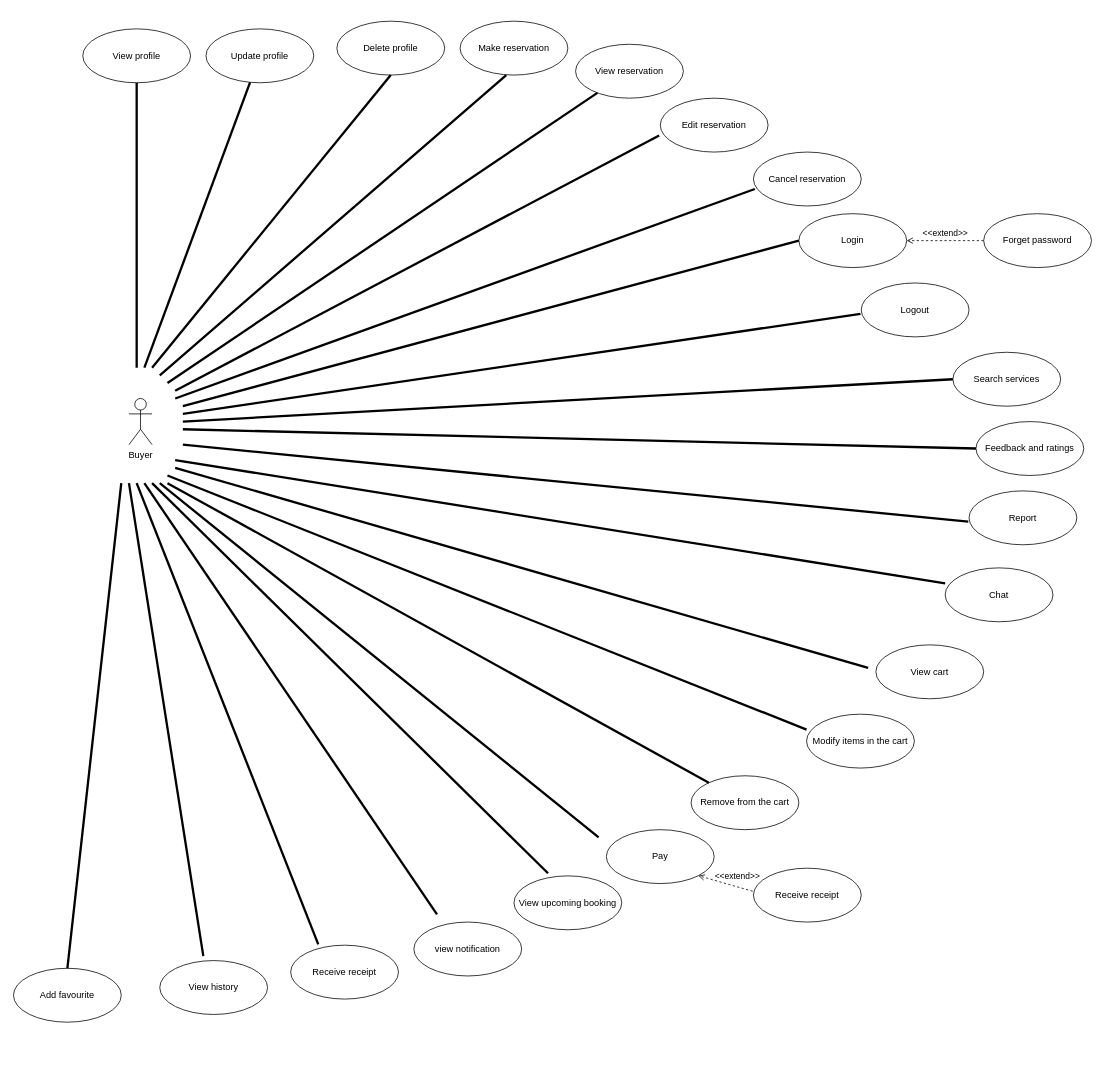
Before: Untitled Diagram.drawio in Dinirubanuka/FP-Labsheet2-21000212, a draw.io diagram. Source tidied: cells renumbered, new cells numbered last; positions are measured from the earlier drawing's top-left corner, leaving out a move shared by most shapes. Both pictures are drawn from the tidied source at 77%, with x=0, y=0 at pixel (13, 21).
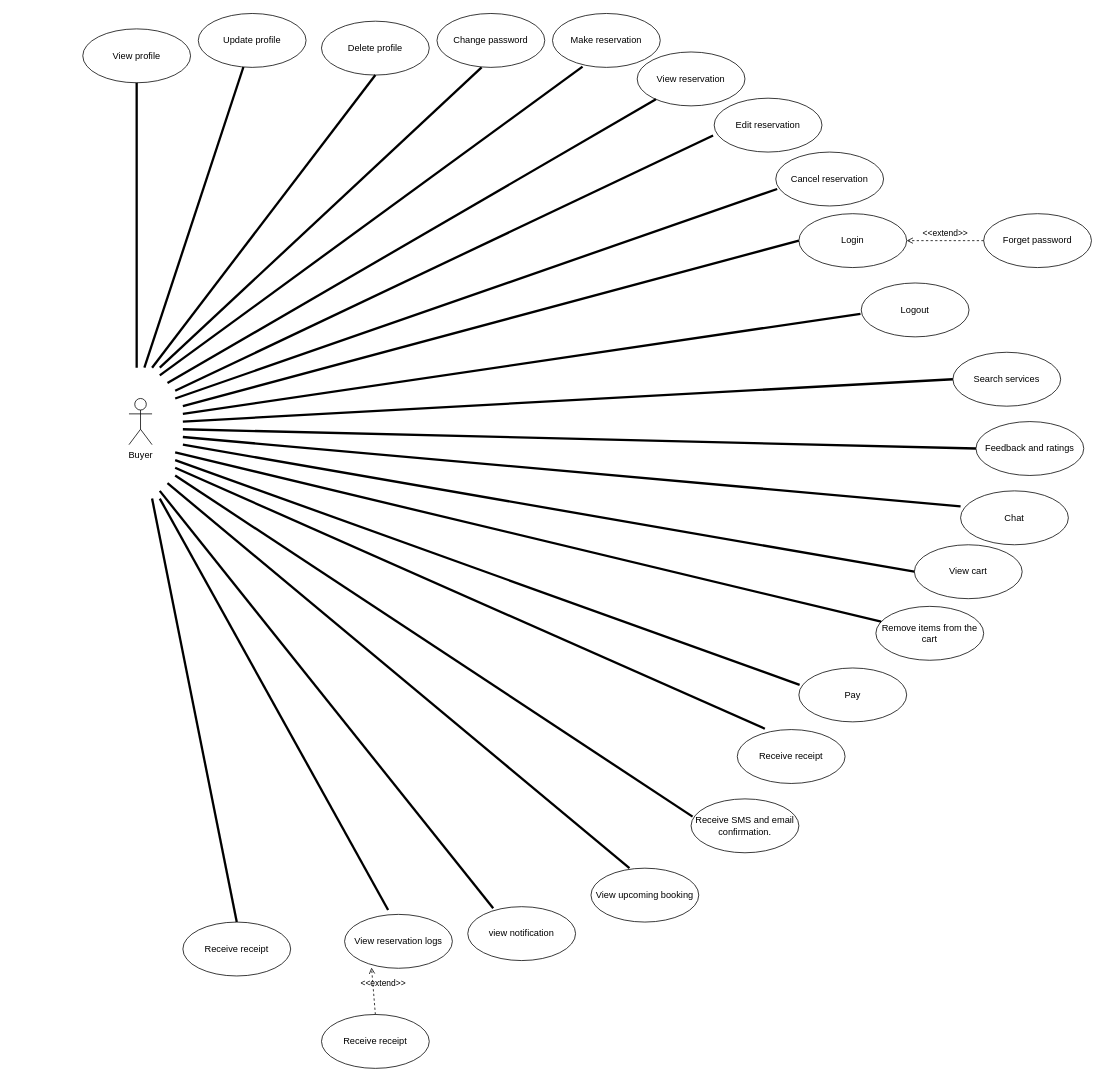
The same diagram, later.

The change refers to these unchanged cells:
```xml
<mxCell id="19" value="Login" style="ellipse;whiteSpace=wrap;html=1;" parent="1" vertex="1">
  <mxGeometry x="1020" y="250" width="140" height="70" as="geometry" />
</mxCell>
<mxCell id="20" value="Forget password&lt;br&gt;" style="ellipse;whiteSpace=wrap;html=1;" parent="1" vertex="1">
  <mxGeometry x="1260" y="250" width="140" height="70" as="geometry" />
</mxCell>
```

What changed in the source:
```diff
@@
     <mxCell id="4" value="Update profile" style="ellipse;whiteSpace=wrap;html=1;" parent="1" vertex="1">
-      <mxGeometry x="250" y="10" width="140" height="70" as="geometry" />
+      <mxGeometry x="240" y="-10" width="140" height="70" as="geometry" />
     </mxCell>
     <mxCell id="5" value="Delete profile" style="ellipse;whiteSpace=wrap;html=1;" parent="1" vertex="1">
-      <mxGeometry x="420" width="140" height="70" as="geometry" />
+      <mxGeometry x="400" width="140" height="70" as="geometry" />
     </mxCell>
     <mxCell id="6" value="Make reservation" style="ellipse;whiteSpace=wrap;html=1;" parent="1" vertex="1">
-      <mxGeometry x="580" width="140" height="70" as="geometry" />
+      <mxGeometry x="700" y="-10" width="140" height="70" as="geometry" />
     </mxCell>
     <mxCell id="7" value="View upcoming booking" style="ellipse;whiteSpace=wrap;html=1;" parent="1" vertex="1">
-      <mxGeometry x="650" y="1110" width="140" height="70" as="geometry" />
+      <mxGeometry x="750" y="1100" width="140" height="70" as="geometry" />
     </mxCell>
     <mxCell id="8" value="Cancel reservation" style="ellipse;whiteSpace=wrap;html=1;" parent="1" vertex="1">
-      <mxGeometry x="961" y="170" width="140" height="70" as="geometry" />
+      <mxGeometry x="990" y="170" width="140" height="70" as="geometry" />
     </mxCell>
     <mxCell id="9" value="View reservation" style="ellipse;whiteSpace=wrap;html=1;" parent="1" vertex="1">
-      <mxGeometry x="730" y="30" width="140" height="70" as="geometry" />
+      <mxGeometry x="810" y="40" width="140" height="70" as="geometry" />
     </mxCell>
     <mxCell id="10" value="Edit reservation" style="ellipse;whiteSpace=wrap;html=1;" parent="1" vertex="1">
-      <mxGeometry x="840" y="100" width="140" height="70" as="geometry" />
+      <mxGeometry x="910" y="100" width="140" height="70" as="geometry" />
     </mxCell>
@@
-    <mxCell id="12" value="View history&lt;br&gt;" style="ellipse;whiteSpace=wrap;html=1;" parent="1" vertex="1">
-      <mxGeometry x="190" y="1220" width="140" height="70" as="geometry" />
+    <mxCell id="12" value="View reservation logs" style="ellipse;whiteSpace=wrap;html=1;" parent="1" vertex="1">
+      <mxGeometry x="430" y="1160" width="140" height="70" as="geometry" />
     </mxCell>
     <mxCell id="13" value="Pay" style="ellipse;whiteSpace=wrap;html=1;" parent="1" vertex="1">
-      <mxGeometry x="770" y="1050" width="140" height="70" as="geometry" />
+      <mxGeometry x="1020" y="840" width="140" height="70" as="geometry" />
     </mxCell>
     <mxCell id="14" value="view notification&lt;br&gt;" style="ellipse;whiteSpace=wrap;html=1;" parent="1" vertex="1">
-      <mxGeometry x="520" y="1170" width="140" height="70" as="geometry" />
+      <mxGeometry x="590" y="1150" width="140" height="70" as="geometry" />
     </mxCell>
@@
-    <mxCell id="16" value="Report&lt;br&gt;" style="ellipse;whiteSpace=wrap;html=1;" parent="1" vertex="1">
-      <mxGeometry x="1241" y="610" width="140" height="70" as="geometry" />
-    </mxCell>
@@
     <mxCell id="18" value="Chat" style="ellipse;whiteSpace=wrap;html=1;" parent="1" vertex="1">
-      <mxGeometry x="1210" y="710" width="140" height="70" as="geometry" />
+      <mxGeometry x="1230" y="610" width="140" height="70" as="geometry" />
     </mxCell>
@@
     <mxCell id="21" value="Receive receipt&lt;br&gt;" style="ellipse;whiteSpace=wrap;html=1;" parent="1" vertex="1">
-      <mxGeometry x="360" y="1200" width="140" height="70" as="geometry" />
+      <mxGeometry x="940" y="920" width="140" height="70" as="geometry" />
     </mxCell>
     <mxCell id="22" value="View cart" style="ellipse;whiteSpace=wrap;html=1;" parent="1" vertex="1">
-      <mxGeometry x="1120" y="810" width="140" height="70" as="geometry" />
+      <mxGeometry x="1170" y="680" width="140" height="70" as="geometry" />
     </mxCell>
-    <mxCell id="23" value="Modify items in the cart" style="ellipse;whiteSpace=wrap;html=1;" parent="1" vertex="1">
-      <mxGeometry x="1030" y="900" width="140" height="70" as="geometry" />
-    </mxCell>
-    <mxCell id="24" value="Add favourite" style="ellipse;whiteSpace=wrap;html=1;" parent="1" vertex="1">
-      <mxGeometry y="1230" width="140" height="70" as="geometry" />
-    </mxCell>
-    <mxCell id="25" value="Remove from the cart" style="ellipse;whiteSpace=wrap;html=1;" parent="1" vertex="1">
-      <mxGeometry x="880" y="980" width="140" height="70" as="geometry" />
+    <mxCell id="25" value="Remove items from the cart" style="ellipse;whiteSpace=wrap;html=1;" parent="1" vertex="1">
+      <mxGeometry x="1120" y="760" width="140" height="70" as="geometry" />
     </mxCell>
@@
-    <mxCell id="29" style="endArrow=none;startArrow=none;endFill=0;startFill=0;endSize=8;html=1;verticalAlign=bottom;labelBackgroundColor=none;strokeWidth=3;rounded=0;" parent="1" edge="1">
+    <mxCell id="29" style="endArrow=none;startArrow=none;endFill=0;startFill=0;endSize=8;html=1;verticalAlign=bottom;labelBackgroundColor=none;strokeWidth=3;rounded=0;entryX=0.279;entryY=0.986;entryDx=0;entryDy=0;entryPerimeter=0;" parent="1" edge="1" target="6">
       <mxGeometry relative="1" as="geometry">
         <mxPoint x="190" y="460" as="sourcePoint" />
-        <mxPoint x="640" y="70" as="targetPoint" />
       </mxGeometry>
     </mxCell>
@@
-    <mxCell id="37" style="endArrow=none;startArrow=none;endFill=0;startFill=0;endSize=8;html=1;verticalAlign=bottom;labelBackgroundColor=none;strokeWidth=3;rounded=0;" parent="1" edge="1">
-      <mxGeometry relative="1" as="geometry">
-        <mxPoint x="220" y="550" as="sourcePoint" />
-        <mxPoint x="1240" y="650" as="targetPoint" />
-      </mxGeometry>
-    </mxCell>
     <mxCell id="38" style="endArrow=none;startArrow=none;endFill=0;startFill=0;endSize=8;html=1;verticalAlign=bottom;labelBackgroundColor=none;strokeWidth=3;rounded=0;entryX=0;entryY=0.286;entryDx=0;entryDy=0;entryPerimeter=0;" parent="1" edge="1" target="18">
       <mxGeometry relative="1" as="geometry">
-        <mxPoint x="210" y="570" as="sourcePoint" />
+        <mxPoint x="220" y="540" as="sourcePoint" />
       </mxGeometry>
     </mxCell>
-    <mxCell id="39" style="endArrow=none;startArrow=none;endFill=0;startFill=0;endSize=8;html=1;verticalAlign=bottom;labelBackgroundColor=none;strokeWidth=3;rounded=0;" parent="1" edge="1">
+    <mxCell id="39" style="endArrow=none;startArrow=none;endFill=0;startFill=0;endSize=8;html=1;verticalAlign=bottom;labelBackgroundColor=none;strokeWidth=3;rounded=0;entryX=0;entryY=0.5;entryDx=0;entryDy=0;" parent="1" edge="1" target="22">
       <mxGeometry relative="1" as="geometry">
-        <mxPoint x="210" y="580" as="sourcePoint" />
-        <mxPoint x="1110" y="840" as="targetPoint" />
+        <mxPoint x="220" y="550" as="sourcePoint" />
       </mxGeometry>
     </mxCell>
-    <mxCell id="40" style="endArrow=none;startArrow=none;endFill=0;startFill=0;endSize=8;html=1;verticalAlign=bottom;labelBackgroundColor=none;strokeWidth=3;rounded=0;entryX=0.5;entryY=0;entryDx=0;entryDy=0;" parent="1" edge="1" target="24">
-      <mxGeometry relative="1" as="geometry">
-        <mxPoint x="140" y="600" as="sourcePoint" />
-      </mxGeometry>
-    </mxCell>
     <mxCell id="41" style="endArrow=none;startArrow=none;endFill=0;startFill=0;endSize=8;html=1;verticalAlign=bottom;labelBackgroundColor=none;strokeWidth=3;rounded=0;entryX=0.404;entryY=-0.082;entryDx=0;entryDy=0;entryPerimeter=0;" parent="1" edge="1" target="12">
       <mxGeometry relative="1" as="geometry">
-        <mxPoint x="150" y="600" as="sourcePoint" />
+        <mxPoint x="190" y="620" as="sourcePoint" />
       </mxGeometry>
     </mxCell>
     <mxCell id="42" style="endArrow=none;startArrow=none;endFill=0;startFill=0;endSize=8;html=1;verticalAlign=bottom;labelBackgroundColor=none;strokeWidth=3;rounded=0;entryX=0.256;entryY=-0.016;entryDx=0;entryDy=0;entryPerimeter=0;" parent="1" edge="1" target="21">
       <mxGeometry relative="1" as="geometry">
-        <mxPoint x="160" y="600" as="sourcePoint" />
+        <mxPoint x="210" y="580" as="sourcePoint" />
       </mxGeometry>
     </mxCell>
-    <mxCell id="43" style="endArrow=none;startArrow=none;endFill=0;startFill=0;endSize=8;html=1;verticalAlign=bottom;labelBackgroundColor=none;strokeWidth=3;rounded=0;" parent="1" edge="1">
+    <mxCell id="43" style="endArrow=none;startArrow=none;endFill=0;startFill=0;endSize=8;html=1;verticalAlign=bottom;labelBackgroundColor=none;strokeWidth=3;rounded=0;entryX=0.236;entryY=0.029;entryDx=0;entryDy=0;entryPerimeter=0;" parent="1" edge="1" target="14">
       <mxGeometry relative="1" as="geometry">
-        <mxPoint x="170" y="600" as="sourcePoint" />
-        <mxPoint x="550" y="1160" as="targetPoint" />
+        <mxPoint x="190" y="610" as="sourcePoint" />
       </mxGeometry>
     </mxCell>
-    <mxCell id="44" style="endArrow=none;startArrow=none;endFill=0;startFill=0;endSize=8;html=1;verticalAlign=bottom;labelBackgroundColor=none;strokeWidth=3;rounded=0;entryX=0.316;entryY=-0.049;entryDx=0;entryDy=0;entryPerimeter=0;" parent="1" edge="1" target="7">
+    <mxCell id="44" style="endArrow=none;startArrow=none;endFill=0;startFill=0;endSize=8;html=1;verticalAlign=bottom;labelBackgroundColor=none;strokeWidth=3;rounded=0;entryX=0.357;entryY=0;entryDx=0;entryDy=0;entryPerimeter=0;" parent="1" edge="1" target="7">
       <mxGeometry relative="1" as="geometry">
-        <mxPoint x="180" y="600" as="sourcePoint" />
+        <mxPoint x="200" y="600" as="sourcePoint" />
       </mxGeometry>
     </mxCell>
-    <mxCell id="45" style="endArrow=none;startArrow=none;endFill=0;startFill=0;endSize=8;html=1;verticalAlign=bottom;labelBackgroundColor=none;strokeWidth=3;rounded=0;" parent="1" edge="1">
+    <mxCell id="45" style="endArrow=none;startArrow=none;endFill=0;startFill=0;endSize=8;html=1;verticalAlign=bottom;labelBackgroundColor=none;strokeWidth=3;rounded=0;entryX=0.007;entryY=0.314;entryDx=0;entryDy=0;entryPerimeter=0;" parent="1" edge="1" target="13">
       <mxGeometry relative="1" as="geometry">
-        <mxPoint x="190" y="600" as="sourcePoint" />
-        <mxPoint x="760" y="1060" as="targetPoint" />
+        <mxPoint x="210" y="570" as="sourcePoint" />
       </mxGeometry>
     </mxCell>
     <mxCell id="46" style="endArrow=none;startArrow=none;endFill=0;startFill=0;endSize=8;html=1;verticalAlign=bottom;labelBackgroundColor=none;strokeWidth=3;rounded=0;" parent="1" edge="1" target="25">
       <mxGeometry relative="1" as="geometry">
-        <mxPoint x="200" y="600" as="sourcePoint" />
+        <mxPoint x="210" y="560" as="sourcePoint" />
       </mxGeometry>
     </mxCell>
-    <mxCell id="47" style="endArrow=none;startArrow=none;endFill=0;startFill=0;endSize=8;html=1;verticalAlign=bottom;labelBackgroundColor=none;strokeWidth=3;rounded=0;entryX=0;entryY=0.286;entryDx=0;entryDy=0;entryPerimeter=0;" parent="1" edge="1" target="23">
-      <mxGeometry relative="1" as="geometry">
-        <mxPoint x="200" y="590" as="sourcePoint" />
-      </mxGeometry>
-    </mxCell>
-    <mxCell id="48" value="Receive receipt&lt;br&gt;" style="ellipse;whiteSpace=wrap;html=1;" parent="1" vertex="1">
-      <mxGeometry x="961" y="1100" width="140" height="70" as="geometry" />
-    </mxCell>
+    <mxCell id="50" value="&amp;lt;&amp;lt;extend&amp;gt;&amp;gt;" style="html=1;verticalAlign=bottom;labelBackgroundColor=none;endArrow=open;endFill=0;dashed=1;rounded=0;entryX=1;entryY=0.5;entryDx=0;entryDy=0;exitX=0;exitY=0.5;exitDx=0;exitDy=0;" parent="1" edge="1" source="20" target="19">
+      <mxGeometry relative="1" as="geometry" />
+    </mxCell>
+    <mxCell id="51" value="Change password&lt;br&gt;" style="ellipse;whiteSpace=wrap;html=1;" parent="1" vertex="1">
+      <mxGeometry x="550" y="-10" width="140" height="70" as="geometry" />
+    </mxCell>
+    <mxCell id="52" style="endArrow=none;startArrow=none;endFill=0;startFill=0;endSize=8;html=1;verticalAlign=bottom;labelBackgroundColor=none;strokeWidth=3;rounded=0;entryX=0.414;entryY=1;entryDx=0;entryDy=0;entryPerimeter=0;" parent="1" edge="1" target="51">
+      <mxGeometry relative="1" as="geometry">
+        <mxPoint x="190" y="450" as="sourcePoint" />
+      </mxGeometry>
+    </mxCell>
+    <mxCell id="53" value="Receive SMS and email confirmation." style="ellipse;whiteSpace=wrap;html=1;" parent="1" vertex="1">
+      <mxGeometry x="880" y="1010" width="140" height="70" as="geometry" />
+    </mxCell>
+    <mxCell id="54" style="endArrow=none;startArrow=none;endFill=0;startFill=0;endSize=8;html=1;verticalAlign=bottom;labelBackgroundColor=none;strokeWidth=3;rounded=0;entryX=0.014;entryY=0.329;entryDx=0;entryDy=0;entryPerimeter=0;" parent="1" edge="1" target="53">
+      <mxGeometry relative="1" as="geometry">
+        <mxPoint x="210" y="590" as="sourcePoint" />
+      </mxGeometry>
+    </mxCell>
+    <mxCell id="55" value="Receive receipt&lt;br&gt;" style="ellipse;whiteSpace=wrap;html=1;" parent="1" vertex="1">
+      <mxGeometry x="400" y="1290" width="140" height="70" as="geometry" />
+    </mxCell>
-    <mxCell id="49" value="&amp;lt;&amp;lt;extend&amp;gt;&amp;gt;" style="html=1;verticalAlign=bottom;labelBackgroundColor=none;endArrow=open;endFill=0;dashed=1;rounded=0;entryX=1;entryY=1;entryDx=0;entryDy=0;" parent="1" edge="1" target="13">
-      <mxGeometry x="-0.4" y="-4" relative="1" as="geometry">
-        <mxPoint x="960" y="1130" as="sourcePoint" />
+    <mxCell id="49" value="&amp;lt;&amp;lt;extend&amp;gt;&amp;gt;" style="html=1;verticalAlign=bottom;labelBackgroundColor=none;endArrow=open;endFill=0;dashed=1;rounded=0;exitX=0.5;exitY=0;exitDx=0;exitDy=0;entryX=0.25;entryY=0.986;entryDx=0;entryDy=0;entryPerimeter=0;" parent="1" edge="1" source="55" target="12">
+      <mxGeometry x="-0.05" y="-12" relative="1" as="geometry">
+        <mxPoint y="-1" as="offset" />
       </mxGeometry>
     </mxCell>
-    <mxCell id="50" value="&amp;lt;&amp;lt;extend&amp;gt;&amp;gt;" style="html=1;verticalAlign=bottom;labelBackgroundColor=none;endArrow=open;endFill=0;dashed=1;rounded=0;entryX=1;entryY=0.5;entryDx=0;entryDy=0;exitX=0;exitY=0.5;exitDx=0;exitDy=0;" parent="1" edge="1" source="20" target="19">
-      <mxGeometry relative="1" as="geometry" />
-    </mxCell>
+    <mxCell id="56" value="Receive receipt&lt;br&gt;" style="ellipse;whiteSpace=wrap;html=1;" parent="1" vertex="1">
+      <mxGeometry x="220" y="1170" width="140" height="70" as="geometry" />
+    </mxCell>
+    <mxCell id="57" style="endArrow=none;startArrow=none;endFill=0;startFill=0;endSize=8;html=1;verticalAlign=bottom;labelBackgroundColor=none;strokeWidth=3;rounded=0;exitX=0.5;exitY=0;exitDx=0;exitDy=0;" parent="1" edge="1" source="56">
+      <mxGeometry relative="1" as="geometry">
+        <mxPoint x="180" y="620" as="targetPoint" />
+      </mxGeometry>
+    </mxCell>
```
